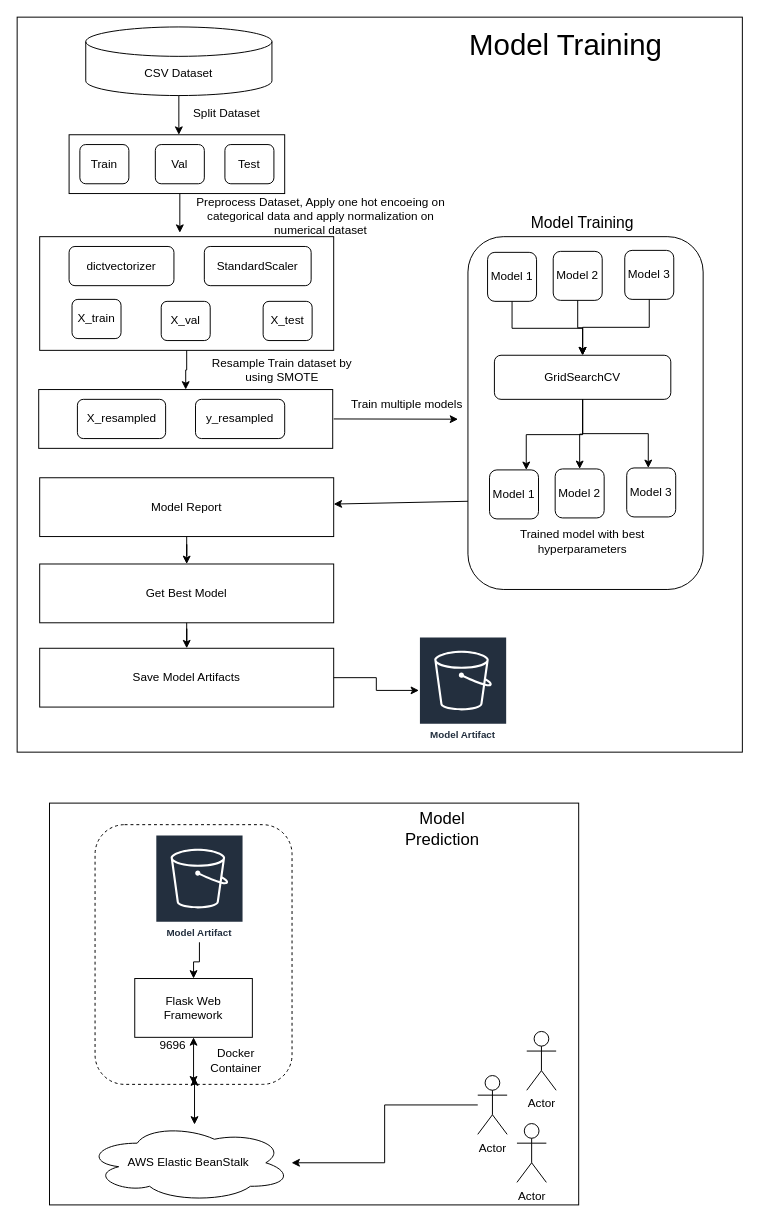
Above: images/bank-term-prediction.drawio in DineshChopra/ml-zoomcamp (draw.io), before the change. Source tidied: cells renumbered, new cells numbered last; positions are measured from the earlier drawing's top-left corner, leaving out a move shared by most shapes. Both pictures are drawn from the tidied source at 98%, with x=0, y=0 at pixel (17, 17).
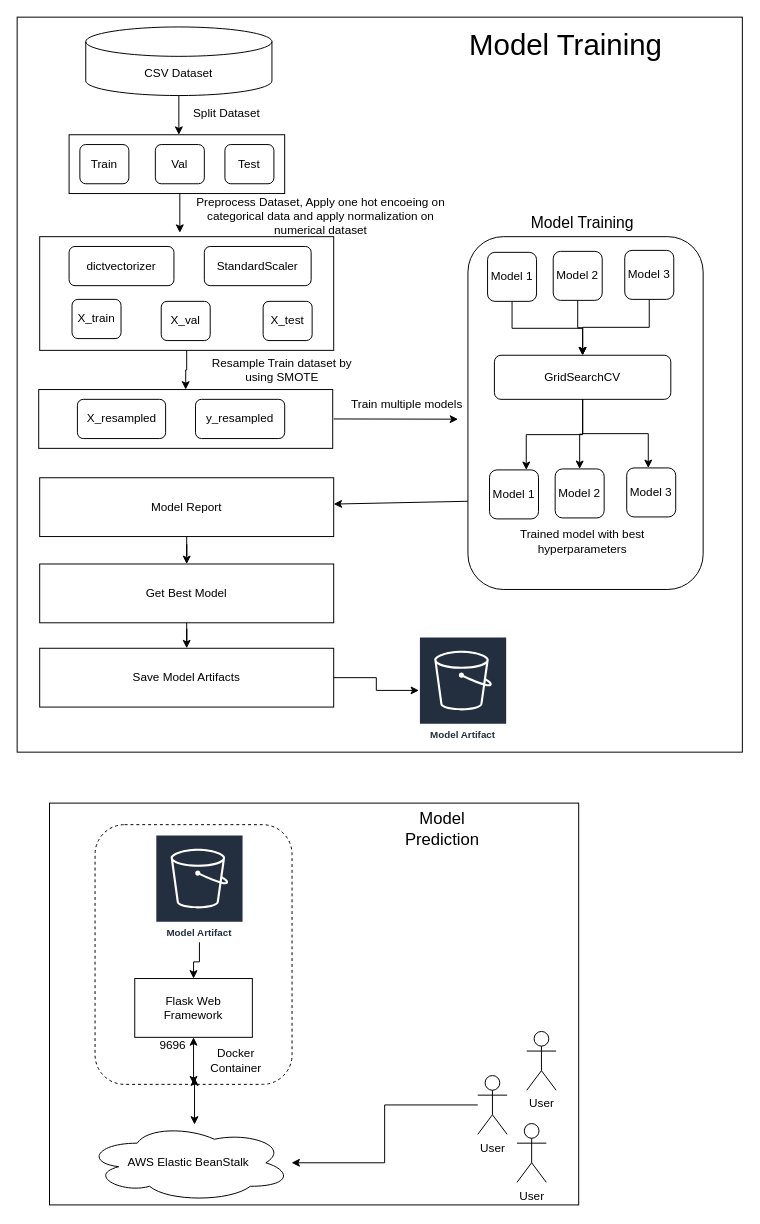
After the change.

The change refers to these unchanged cells:
```xml
<mxCell id="3" style="group;" parent="2" vertex="1">
  <mxGeometry width="540" height="415" as="geometry" />
</mxCell>
```

The edit, as a diff of the source:
```diff
@@
-    <mxCell id="14" value="Actor" style="shape=umlActor;verticalLabelPosition=bottom;verticalAlign=top;html=1;" parent="3" vertex="1">
+    <mxCell id="14" value="User" style="shape=umlActor;verticalLabelPosition=bottom;verticalAlign=top;html=1;" parent="3" vertex="1">
       <mxGeometry x="477" y="330" width="30" height="60" as="geometry" />
     </mxCell>
-    <mxCell id="15" value="Actor" style="shape=umlActor;verticalLabelPosition=bottom;verticalAlign=top;html=1;outlineConnect=0;" parent="3" vertex="1">
+    <mxCell id="15" value="User" style="shape=umlActor;verticalLabelPosition=bottom;verticalAlign=top;html=1;outlineConnect=0;" parent="3" vertex="1">
       <mxGeometry x="437" y="281" width="30" height="60" as="geometry" />
     </mxCell>
-    <mxCell id="16" value="Actor" style="shape=umlActor;verticalLabelPosition=bottom;verticalAlign=top;html=1;" parent="3" vertex="1">
+    <mxCell id="16" value="User" style="shape=umlActor;verticalLabelPosition=bottom;verticalAlign=top;html=1;" parent="3" vertex="1">
       <mxGeometry x="487" y="236" width="30" height="60" as="geometry" />
     </mxCell>
```
